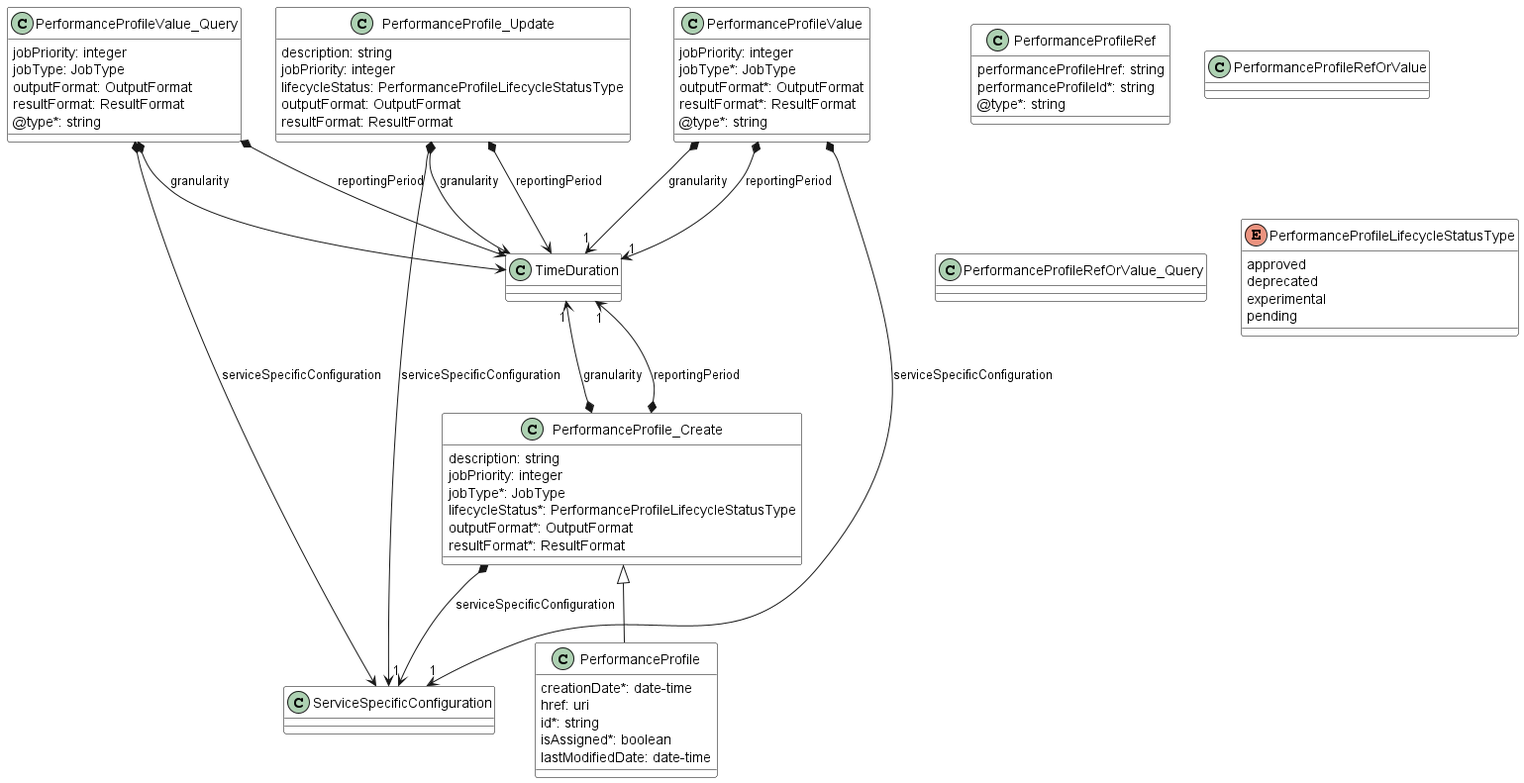
The PlantUML diagram documentation/serviceApi/pm/performance/media/performanceMonitoringDataModelPart3.png in MEF-GIT/MEF-LSO-Legato-SDK, before a commit.
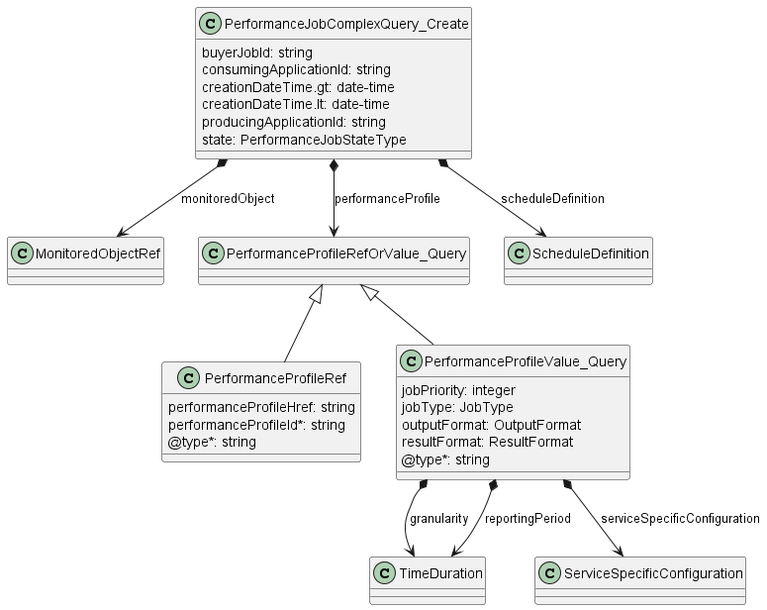
The same diagram one commit later.

Diff of the diagram source:
```diff
@@ -1,55 +1,27 @@
 @startuml performanceMonitoringDataModelPart3
-skinparam {
-    ClassBackgroundColor White
-    ClassBorderColor Black
+
+class PerformanceJobComplexQuery_Create {
+    buyerJobId: string
+    consumingApplicationId: string
+    creationDateTime.gt: date-time
+    creationDateTime.lt: date-time
+    producingApplicationId: string
+    state: PerformanceJobStateType
 }
 
-class PerformanceProfile {
-
-    creationDate*: date-time
-    href: uri
-    id*: string
-    isAssigned*: boolean
-    lastModifiedDate: date-time
-}
-PerformanceProfile_Create <|-- PerformanceProfile
-
-class PerformanceProfileRef {
-
-    performanceProfileHref: string
-    performanceProfileId*: string
-    @type*: string
-}
-
-
-
-class PerformanceProfileRefOrValue {
-
-}
-
-
+PerformanceJobComplexQuery_Create *--> MonitoredObjectRef : monitoredObject
+PerformanceJobComplexQuery_Create *--> PerformanceProfileRefOrValue_Query : performanceProfile
+PerformanceJobComplexQuery_Create *--> ScheduleDefinition : scheduleDefinition
 
 class PerformanceProfileRefOrValue_Query {
 
 }
 
-
-
-class PerformanceProfileValue {
-
-    jobPriority: integer
-    jobType*: JobType
-    outputFormat*: OutputFormat
-    resultFormat*: ResultFormat
+class PerformanceProfileRef {
+    performanceProfileHref: string
+    performanceProfileId*: string
     @type*: string
 }
-
-PerformanceProfileValue *-->"1" TimeDuration : granularity
-PerformanceProfileValue *-->"1" TimeDuration : reportingPeriod
-PerformanceProfileValue *-->"1" ServiceSpecificConfiguration : serviceSpecificConfiguration
-
-
-
 
 class PerformanceProfileValue_Query {
 
@@ -64,43 +36,7 @@
 PerformanceProfileValue_Query *--> TimeDuration : reportingPeriod
 PerformanceProfileValue_Query *--> ServiceSpecificConfiguration : serviceSpecificConfiguration
 
-
-class PerformanceProfile_Create {
-
-    description: string
-    jobPriority: integer
-    jobType*: JobType
-    lifecycleStatus*: PerformanceProfileLifecycleStatusType
-    outputFormat*: OutputFormat
-    resultFormat*: ResultFormat
-}
-
-PerformanceProfile_Create *-->"1" TimeDuration : granularity
-PerformanceProfile_Create *-u->"1" TimeDuration : reportingPeriod
-PerformanceProfile_Create *-->"1" ServiceSpecificConfiguration : serviceSpecificConfiguration
-
-
-class PerformanceProfile_Update {
-
-    description: string
-    jobPriority: integer
-    lifecycleStatus: PerformanceProfileLifecycleStatusType
-    outputFormat: OutputFormat
-    resultFormat: ResultFormat
-}
-
-PerformanceProfile_Update *--> TimeDuration : granularity
-PerformanceProfile_Update *--> TimeDuration : reportingPeriod
-PerformanceProfile_Update *--> ServiceSpecificConfiguration : serviceSpecificConfiguration
-
-enum PerformanceProfileLifecycleStatusType {
-
-    approved
-    deprecated
-    experimental
-    pending
-}
-
-
+PerformanceProfileRefOrValue_Query <|-- PerformanceProfileRef
+PerformanceProfileRefOrValue_Query <|-- PerformanceProfileValue_Query
 
 @enduml
```
